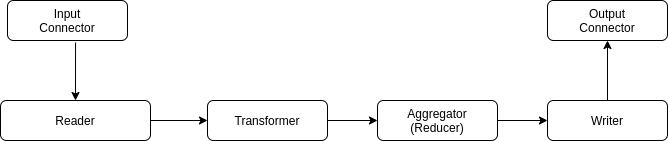
This is img/architecture.png from batetopro/geocoding, a draw.io export, as it was before one commit. Source tidied: cells renumbered, new cells last; positions are measured from the earlier drawing's top-left corner, leaving out a move shared by most shapes.
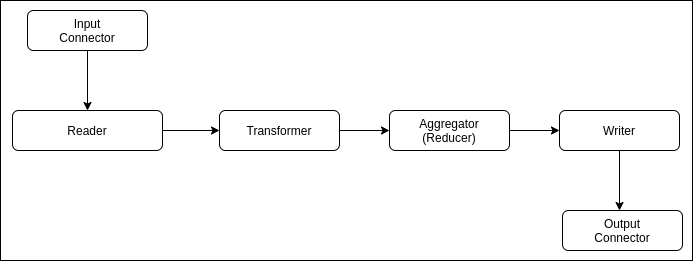
The same file after the commit.

Change to the diagram source:
```diff
@@ -2,11 +2,14 @@
   <root>
     <mxCell id="0" />
     <mxCell id="1" parent="0" />
+    <mxCell id="13" style="rounded=0;whiteSpace=wrap;html=1;" parent="1" vertex="1">
+      <mxGeometry x="-12" y="-10" width="692" height="260" as="geometry" />
+    </mxCell>
-    <mxCell id="2" style="edgeStyle=orthogonalEdgeStyle;rounded=0;jettySize=auto;html=1;entryX=0.5;entryY=0;entryDx=0;entryDy=0;exitX=0.567;exitY=1.05;exitDx=0;exitDy=0;exitPerimeter=0;" parent="1" edge="1" source="3" target="5">
+    <mxCell id="2" style="edgeStyle=orthogonalEdgeStyle;rounded=0;jettySize=auto;html=1;entryX=0.5;entryY=0;entryDx=0;entryDy=0;exitX=0.5;exitY=1;exitDx=0;exitDy=0;" parent="1" edge="1" source="3" target="5">
       <mxGeometry relative="1" as="geometry" />
     </mxCell>
     <mxCell id="3" value="Input&lt;br&gt;Connector" style="rounded=1;whiteSpace=wrap;html=1;fontSize=12;glass=0;strokeWidth=1;shadow=0;" parent="1" vertex="1">
-      <mxGeometry x="7" width="120" height="40" as="geometry" />
+      <mxGeometry x="15" width="120" height="40" as="geometry" />
     </mxCell>
     <mxCell id="4" style="edgeStyle=orthogonalEdgeStyle;rounded=0;jettySize=auto;html=1;exitX=1;exitY=0.5;exitDx=0;exitDy=0;entryX=0;entryY=0.5;entryDx=0;entryDy=0;" parent="1" edge="1" source="5" target="7">
       <mxGeometry relative="1" as="geometry" />
@@ -26,14 +29,16 @@
     <mxCell id="9" value="Aggregator&lt;br&gt;(Reducer)" style="rounded=1;whiteSpace=wrap;html=1;fontSize=12;glass=0;strokeWidth=1;shadow=0;" parent="1" vertex="1">
       <mxGeometry x="377" y="100" width="120" height="40" as="geometry" />
     </mxCell>
-    <mxCell id="10" style="edgeStyle=orthogonalEdgeStyle;rounded=0;jettySize=auto;html=1;exitX=0.5;exitY=0;exitDx=0;exitDy=0;" parent="1" edge="1" source="11" target="12">
-      <mxGeometry relative="1" as="geometry" />
-    </mxCell>
+    <mxCell id="14" style="edgeStyle=orthogonalEdgeStyle;rounded=0;jettySize=auto;html=1;exitX=0.5;exitY=1;exitDx=0;exitDy=0;" parent="1" edge="1" source="11">
+      <mxGeometry relative="1" as="geometry">
+        <mxPoint x="607" y="200" as="targetPoint" />
+      </mxGeometry>
+    </mxCell>
     <mxCell id="11" value="Writer" style="rounded=1;whiteSpace=wrap;html=1;fontSize=12;glass=0;strokeWidth=1;shadow=0;" parent="1" vertex="1">
       <mxGeometry x="547" y="100" width="120" height="40" as="geometry" />
     </mxCell>
     <mxCell id="12" value="Output&lt;br&gt;Connector" style="rounded=1;whiteSpace=wrap;html=1;fontSize=12;glass=0;strokeWidth=1;shadow=0;" parent="1" vertex="1">
-      <mxGeometry x="547" width="120" height="40" as="geometry" />
+      <mxGeometry x="550" y="200" width="120" height="40" as="geometry" />
     </mxCell>
   </root>
 </mxGraphModel>
```
